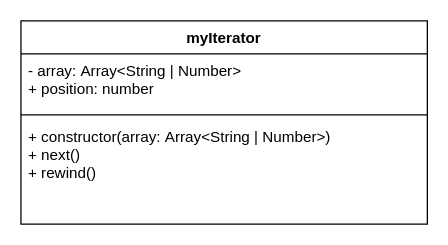
Above: myPatterns/behavioral/iterator/iterator.drawio in AlexHoropchanu/Patterns (draw.io), before the change. Source tidied: cells renumbered, new cells numbered last; positions are measured from the earlier drawing's top-left corner, leaving out a move shared by most shapes. Both pictures are drawn from the tidied source at 127%, with x=0, y=0 at pixel (20, 20).
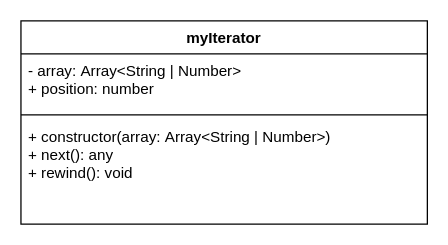
After the change.

What changed in the source:
```diff
@@
 <mxGraphModel>
   <root>
     <mxCell id="0" />
     <mxCell id="1" parent="0" />
     <mxCell id="2" value="myIterator" style="swimlane;fontStyle=1;align=center;verticalAlign=top;horizontal=1;startSize=26;" parent="1" vertex="1">
       <mxGeometry width="320" height="160" as="geometry" />
     </mxCell>
     <mxCell id="3" value="- array: Array&lt;String | Number&gt;&#10;+ position: number" style="text;strokeColor=none;fillColor=none;align=left;verticalAlign=top;spacingLeft=4;spacingRight=4;overflow=hidden;" parent="2" vertex="1">
       <mxGeometry y="26" width="320" height="44" as="geometry" />
     </mxCell>
     <mxCell id="4" style="line;strokeWidth=1;fillColor=none;align=left;verticalAlign=middle;spacingTop=-1;spacingLeft=3;spacingRight=3;labelPosition=right;" parent="2" vertex="1">
       <mxGeometry y="70" width="320" height="8" as="geometry" />
     </mxCell>
-    <mxCell id="5" value="+ constructor(array: Array&lt;String | Number&gt;)&#10;+ next() &#10;+ rewind()" style="text;strokeColor=none;fillColor=none;align=left;verticalAlign=top;spacingLeft=4;spacingRight=4;overflow=hidden;" parent="2" vertex="1">
+    <mxCell id="5" value="+ constructor(array: Array&lt;String | Number&gt;)&#10;+ next(): any &#10;+ rewind(): void" style="text;strokeColor=none;fillColor=none;align=left;verticalAlign=top;spacingLeft=4;spacingRight=4;overflow=hidden;" parent="2" vertex="1">
       <mxGeometry y="78" width="320" height="82" as="geometry" />
     </mxCell>
   </root>
 </mxGraphModel>
```
